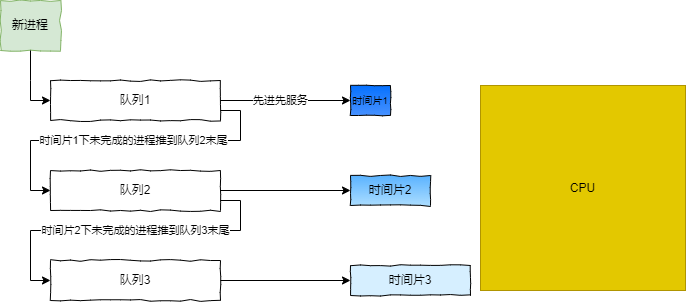
The draw.io diagram CS/OS/进程线程/多级反馈队列调度.drawio.png in sirius-zyj/Images, before a commit. Source tidied: cells renumbered, new cells last; positions are measured from the earlier drawing's top-left corner, leaving out a move shared by most shapes.
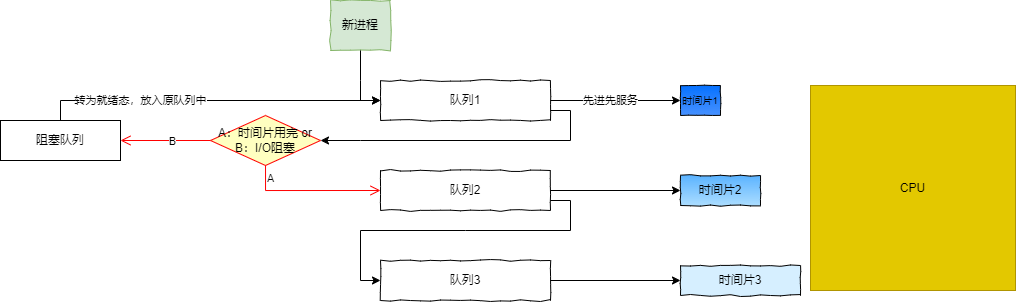
Above is the later version.

Commit message:
更新多级反馈队列调度.drawio.png

The edit, as a diff of the source:
```diff
@@ -28,21 +28,16 @@
     <mxCell id="9" value="队列2" style="rounded=0;whiteSpace=wrap;html=1;comic=1;" parent="1" vertex="1">
       <mxGeometry x="50" y="170" width="170" height="40" as="geometry" />
     </mxCell>
-    <mxCell id="10" style="endArrow=classic;html=1;rounded=0;exitX=1;exitY=0.75;exitDx=0;exitDy=0;entryX=0;entryY=0.5;entryDx=0;entryDy=0;" parent="1" edge="1" source="2" target="9">
+    <mxCell id="10" style="endArrow=classic;html=1;rounded=0;exitX=1;exitY=0.75;exitDx=0;exitDy=0;entryX=1;entryY=0.5;entryDx=0;entryDy=0;" parent="1" edge="1" source="2">
       <mxGeometry relative="1" as="geometry">
+        <mxPoint x="-10" y="140" as="targetPoint" />
         <Array as="points">
           <mxPoint x="240" y="110" />
           <mxPoint x="240" y="140" />
           <mxPoint x="30" y="140" />
-          <mxPoint x="30" y="190" />
         </Array>
       </mxGeometry>
     </mxCell>
-    <mxCell id="11" value="时间片1下未完成的进程推到队列2末尾" style="edgeLabel;html=1;align=center;verticalAlign=middle;" parent="10" vertex="1">
-      <mxGeometry x="-0.3" y="-3" relative="1" as="geometry">
-        <mxPoint x="-41" y="3" as="offset" />
-      </mxGeometry>
-    </mxCell>
     <mxCell id="12" value="新进程" style="rounded=0;whiteSpace=wrap;html=1;comic=1;fillColor=#d5e8d4;strokeColor=#82b366;" parent="1" vertex="1">
       <mxGeometry width="60" height="50" as="geometry" />
     </mxCell>
@@ -63,6 +58,7 @@
         <Array as="points">
           <mxPoint x="240" y="200" />
           <mxPoint x="240" y="230" />
+          <mxPoint x="135" y="230" />
           <mxPoint x="30" y="230" />
           <mxPoint x="30" y="280" />
         </Array>
@@ -74,8 +70,37 @@
     <mxCell id="17" style="endArrow=classic;html=1;rounded=0;exitX=1;exitY=0.5;exitDx=0;exitDy=0;entryX=0;entryY=0.5;entryDx=0;entryDy=0;" parent="1" edge="1" source="14" target="6">
       <mxGeometry relative="1" as="geometry" />
     </mxCell>
-    <mxCell id="18" value="时间片2下未完成的进程推到队列3末尾" style="edgeLabel;html=1;align=center;verticalAlign=middle;" parent="1" vertex="1">
-      <mxGeometry x="135" y="230" as="geometry" />
-    </mxCell>
+    <mxCell id="19" value="阻塞队列" style="rounded=0;whiteSpace=wrap;html=1;" parent="1" vertex="1">
+      <mxGeometry x="-330" y="120" width="120" height="40" as="geometry" />
+    </mxCell>
+    <mxCell id="20" style="endArrow=classic;html=1;rounded=0;exitX=0.5;exitY=0;exitDx=0;exitDy=0;" parent="1" edge="1" source="19">
+      <mxGeometry relative="1" as="geometry">
+        <mxPoint x="50" y="100" as="targetPoint" />
+        <Array as="points">
+          <mxPoint x="-270" y="100" />
+        </Array>
+      </mxGeometry>
+    </mxCell>
+    <mxCell id="21" value="转为就绪态，放入原队列中" style="edgeLabel;html=1;align=center;verticalAlign=middle;" parent="20" vertex="1">
+      <mxGeometry x="-0.72" y="-1" relative="1" as="geometry">
+        <mxPoint x="52" y="-1" as="offset" />
+      </mxGeometry>
+    </mxCell>
+    <mxCell id="22" value="A：时间片用完 or&lt;br&gt;B：I/O阻塞" style="rhombus;whiteSpace=wrap;html=1;fontColor=#000000;fillColor=#ffffc0;strokeColor=#ff0000;flipH=1;" parent="1" vertex="1">
+      <mxGeometry x="-120" y="115" width="110" height="50" as="geometry" />
+    </mxCell>
+    <mxCell id="23" style="edgeStyle=orthogonalEdgeStyle;html=1;align=left;verticalAlign=bottom;endArrow=open;endSize=8;strokeColor=#ff0000;rounded=0;exitX=0;exitY=0.5;exitDx=0;exitDy=0;entryX=1;entryY=0.5;entryDx=0;entryDy=0;" parent="1" edge="1" source="22" target="19">
+      <mxGeometry x="-1" relative="1" as="geometry" />
+    </mxCell>
+    <mxCell id="24" value="B" style="edgeLabel;html=1;align=center;verticalAlign=middle;" parent="23" vertex="1">
+      <mxGeometry x="-0.16" y="1" relative="1" as="geometry" />
+    </mxCell>
+    <mxCell id="25" value="A" style="edgeStyle=orthogonalEdgeStyle;html=1;align=left;verticalAlign=top;endArrow=open;endSize=8;strokeColor=#ff0000;rounded=0;entryX=0;entryY=0.5;entryDx=0;entryDy=0;" parent="1" edge="1" source="22" target="9">
+      <mxGeometry x="-1" relative="1" as="geometry">
+        <Array as="points">
+          <mxPoint x="-65" y="190" />
+        </Array>
+      </mxGeometry>
+    </mxCell>
   </root>
 </mxGraphModel>
```
